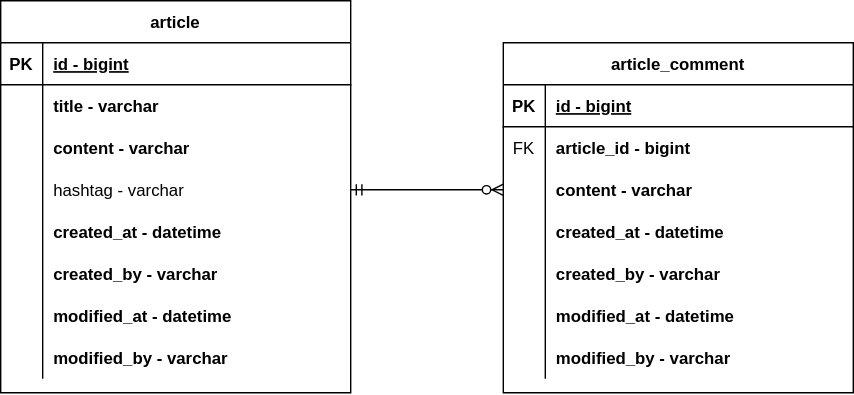
Earlier version of the draw.io export document/project-board-erd.svg (sarasa0310/project-board). Source tidied: cells renumbered, new cells last; positions are measured from the earlier drawing's top-left corner, leaving out a move shared by most shapes.
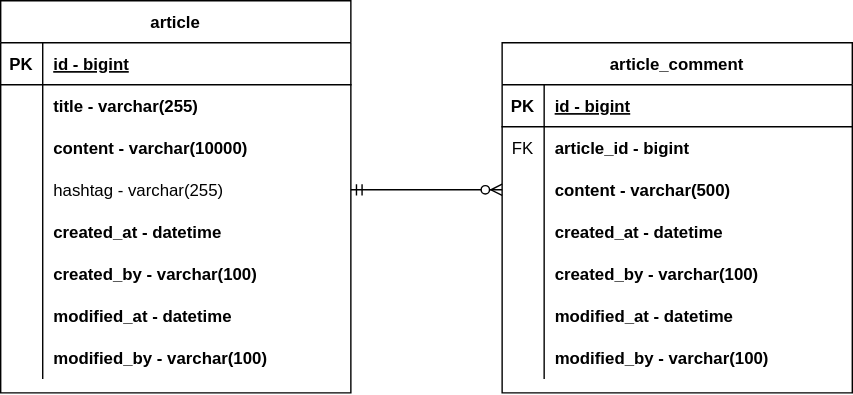
The same file after the commit.

Commit message:
#6 - erd 업데이트: varchar 사이즈 지정

The edit, as a diff of the source:
```diff
@@ -3,7 +3,7 @@
     <mxCell id="0" />
     <mxCell id="1" parent="0" />
     <mxCell id="2" value="article" style="shape=table;startSize=30;rowLines=0;fontStyle=1;align=center;" parent="1" vertex="1">
-      <mxGeometry width="250" height="280" as="geometry" />
+      <mxGeometry x="1" width="250" height="280" as="geometry" />
     </mxCell>
     <mxCell id="3" style="shape=partialRectangle;fillColor=none;top=0;left=0;right=0;bottom=1;" parent="2" vertex="1">
       <mxGeometry y="30" width="250" height="30" as="geometry" />
@@ -20,7 +20,7 @@
     <mxCell id="7" style="shape=partialRectangle;overflow=hidden;fillColor=none;top=0;left=0;bottom=0;right=0;" parent="6" vertex="1">
       <mxGeometry width="30" height="30" as="geometry" />
     </mxCell>
-    <mxCell id="8" value="title - varchar" style="shape=partialRectangle;overflow=hidden;fillColor=none;top=0;left=0;bottom=0;right=0;align=left;spacingLeft=6;fontStyle=1;" parent="6" vertex="1">
+    <mxCell id="8" value="title - varchar(255)" style="shape=partialRectangle;overflow=hidden;fillColor=none;top=0;left=0;bottom=0;right=0;align=left;spacingLeft=6;fontStyle=1;" parent="6" vertex="1">
       <mxGeometry x="30" width="220" height="30" as="geometry" />
     </mxCell>
     <mxCell id="9" style="shape=partialRectangle;fillColor=none;top=0;left=0;right=0;bottom=0;" parent="2" vertex="1">
@@ -29,7 +29,7 @@
     <mxCell id="10" style="shape=partialRectangle;overflow=hidden;fillColor=none;top=0;left=0;bottom=0;right=0;" parent="9" vertex="1">
       <mxGeometry width="30" height="30" as="geometry" />
     </mxCell>
-    <mxCell id="11" value="content - varchar" style="shape=partialRectangle;overflow=hidden;fillColor=none;top=0;left=0;bottom=0;right=0;align=left;spacingLeft=6;fontStyle=1;" parent="9" vertex="1">
+    <mxCell id="11" value="content - varchar(10000)" style="shape=partialRectangle;overflow=hidden;fillColor=none;top=0;left=0;bottom=0;right=0;align=left;spacingLeft=6;fontStyle=1;" parent="9" vertex="1">
       <mxGeometry x="30" width="220" height="30" as="geometry" />
     </mxCell>
     <mxCell id="12" style="shape=partialRectangle;fillColor=none;points=[[0,0.5],[1,0.5]];portConstraint=eastwest;top=0;left=0;right=0;bottom=0;" parent="2" vertex="1">
@@ -38,7 +38,7 @@
     <mxCell id="13" style="shape=partialRectangle;overflow=hidden;fillColor=none;top=0;left=0;bottom=0;right=0;" parent="12" vertex="1">
       <mxGeometry width="30" height="30" as="geometry" />
     </mxCell>
-    <mxCell id="14" value="hashtag - varchar" style="shape=partialRectangle;overflow=hidden;fillColor=none;top=0;left=0;bottom=0;right=0;align=left;spacingLeft=6;" parent="12" vertex="1">
+    <mxCell id="14" value="hashtag - varchar(255)" style="shape=partialRectangle;overflow=hidden;fillColor=none;top=0;left=0;bottom=0;right=0;align=left;spacingLeft=6;" parent="12" vertex="1">
       <mxGeometry x="30" width="220" height="30" as="geometry" />
     </mxCell>
     <mxCell id="15" style="shape=partialRectangle;fillColor=none;top=0;left=0;right=0;bottom=0;" parent="2" vertex="1">
@@ -56,7 +56,7 @@
     <mxCell id="19" style="shape=partialRectangle;overflow=hidden;fillColor=none;top=0;left=0;bottom=0;right=0;" parent="18" vertex="1">
       <mxGeometry width="30" height="30" as="geometry" />
     </mxCell>
-    <mxCell id="20" value="created_by - varchar" style="shape=partialRectangle;overflow=hidden;fillColor=none;top=0;left=0;bottom=0;right=0;align=left;spacingLeft=6;fontStyle=1;" parent="18" vertex="1">
+    <mxCell id="20" value="created_by - varchar(100)" style="shape=partialRectangle;overflow=hidden;fillColor=none;top=0;left=0;bottom=0;right=0;align=left;spacingLeft=6;fontStyle=1;" parent="18" vertex="1">
       <mxGeometry x="30" width="220" height="30" as="geometry" />
     </mxCell>
     <mxCell id="21" style="shape=partialRectangle;fillColor=none;top=0;left=0;right=0;bottom=0;" parent="2" vertex="1">
@@ -74,7 +74,7 @@
     <mxCell id="25" style="shape=partialRectangle;overflow=hidden;fillColor=none;top=0;left=0;bottom=0;right=0;" parent="24" vertex="1">
       <mxGeometry width="30" height="30" as="geometry" />
     </mxCell>
-    <mxCell id="26" value="modified_by - varchar" style="shape=partialRectangle;overflow=hidden;fillColor=none;top=0;left=0;bottom=0;right=0;align=left;spacingLeft=6;fontStyle=1;" parent="24" vertex="1">
+    <mxCell id="26" value="modified_by - varchar(100)" style="shape=partialRectangle;overflow=hidden;fillColor=none;top=0;left=0;bottom=0;right=0;align=left;spacingLeft=6;fontStyle=1;" parent="24" vertex="1">
       <mxGeometry x="30" width="220" height="30" as="geometry" />
     </mxCell>
     <mxCell id="27" value="article_comment" style="shape=table;startSize=30;rowLines=0;fontStyle=1;align=center;" parent="1" vertex="1">
@@ -104,7 +104,7 @@
     <mxCell id="35" style="shape=partialRectangle;overflow=hidden;fillColor=none;top=0;left=0;bottom=0;right=0;" parent="34" vertex="1">
       <mxGeometry width="30" height="30" as="geometry" />
     </mxCell>
-    <mxCell id="36" value="content - varchar" style="shape=partialRectangle;overflow=hidden;fillColor=none;top=0;left=0;bottom=0;right=0;align=left;spacingLeft=6;fontStyle=1;" parent="34" vertex="1">
+    <mxCell id="36" value="content - varchar(500)" style="shape=partialRectangle;overflow=hidden;fillColor=none;top=0;left=0;bottom=0;right=0;align=left;spacingLeft=6;fontStyle=1;" parent="34" vertex="1">
       <mxGeometry x="30" width="220" height="30" as="geometry" />
     </mxCell>
     <mxCell id="37" style="shape=partialRectangle;fillColor=none;top=0;left=0;right=0;bottom=0;" parent="27" vertex="1">
@@ -122,7 +122,7 @@
     <mxCell id="41" style="shape=partialRectangle;overflow=hidden;fillColor=none;top=0;left=0;bottom=0;right=0;" parent="40" vertex="1">
       <mxGeometry width="30" height="30" as="geometry" />
     </mxCell>
-    <mxCell id="42" value="created_by - varchar" style="shape=partialRectangle;overflow=hidden;fillColor=none;top=0;left=0;bottom=0;right=0;align=left;spacingLeft=6;fontStyle=1;" parent="40" vertex="1">
+    <mxCell id="42" value="created_by - varchar(100)" style="shape=partialRectangle;overflow=hidden;fillColor=none;top=0;left=0;bottom=0;right=0;align=left;spacingLeft=6;fontStyle=1;" parent="40" vertex="1">
       <mxGeometry x="30" width="220" height="30" as="geometry" />
     </mxCell>
     <mxCell id="43" style="shape=partialRectangle;fillColor=none;top=0;left=0;right=0;bottom=0;" parent="27" vertex="1">
@@ -140,7 +140,7 @@
     <mxCell id="47" style="shape=partialRectangle;overflow=hidden;fillColor=none;top=0;left=0;bottom=0;right=0;" parent="46" vertex="1">
       <mxGeometry width="30" height="30" as="geometry" />
     </mxCell>
-    <mxCell id="48" value="modified_by - varchar" style="shape=partialRectangle;overflow=hidden;fillColor=none;top=0;left=0;bottom=0;right=0;align=left;spacingLeft=6;fontStyle=1;" parent="46" vertex="1">
+    <mxCell id="48" value="modified_by - varchar(100)" style="shape=partialRectangle;overflow=hidden;fillColor=none;top=0;left=0;bottom=0;right=0;align=left;spacingLeft=6;fontStyle=1;" parent="46" vertex="1">
       <mxGeometry x="30" width="220" height="30" as="geometry" />
     </mxCell>
     <mxCell id="49" style="edgeStyle=entityRelationEdgeStyle;fontSize=12;html=1;endArrow=ERzeroToMany;startArrow=ERmandOne;rounded=0;exitX=1;exitY=0.5;exitDx=0;exitDy=0;entryX=0;entryY=0.5;entryDx=0;entryDy=0;" parent="1" edge="1" source="12" target="34">
```
